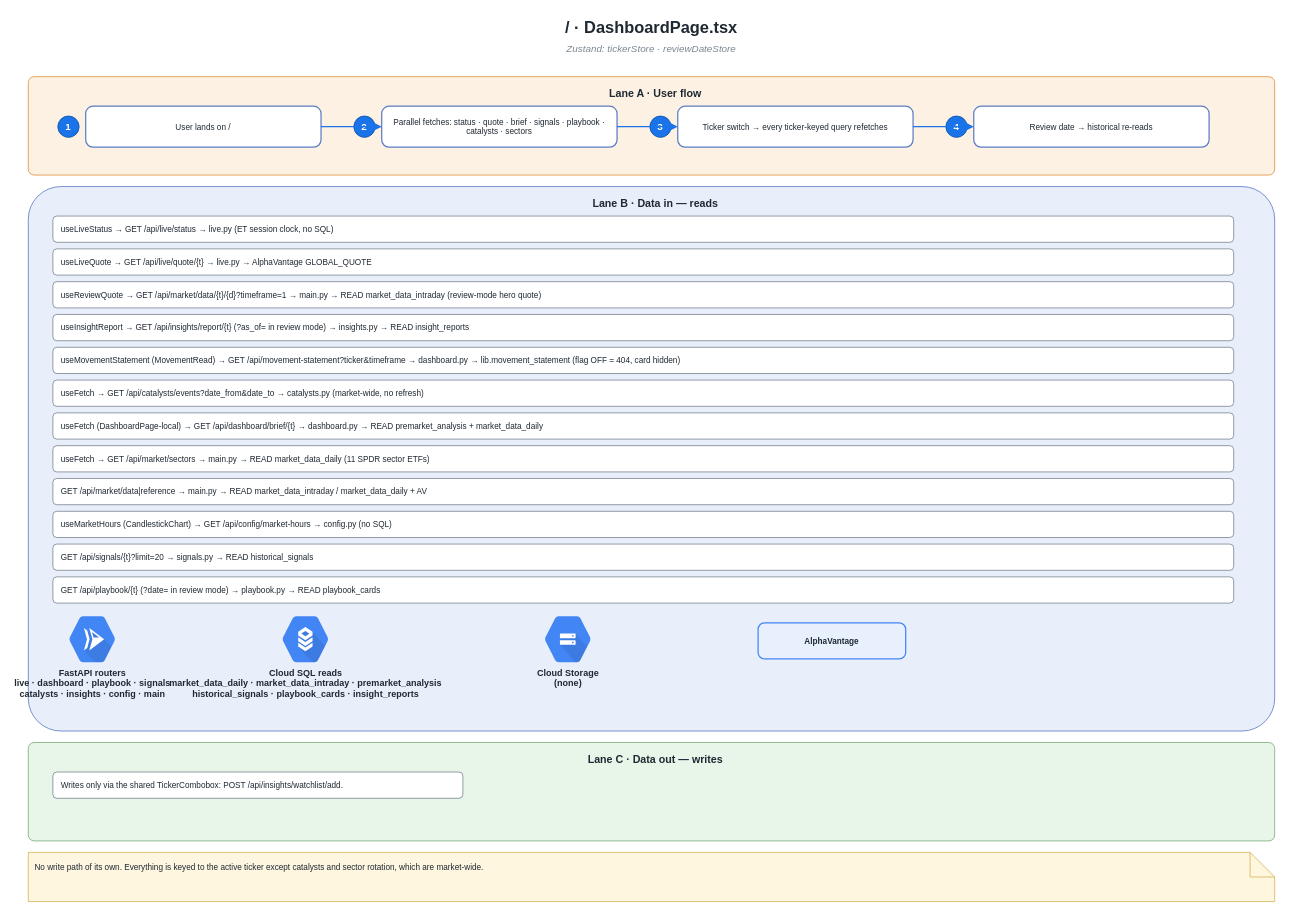
Before: page "3 · Dashboard" (4 of 15) of Frontend-icons.drawio in TeneikaAskew/solyra, a draw.io diagram. Source tidied: cells renumbered, new cells numbered last; positions are measured from the earlier drawing's top-left corner, leaving out a move shared by most shapes. Both pictures are drawn from the tidied source at 82%, with x=0, y=0 at pixel (28, 14).
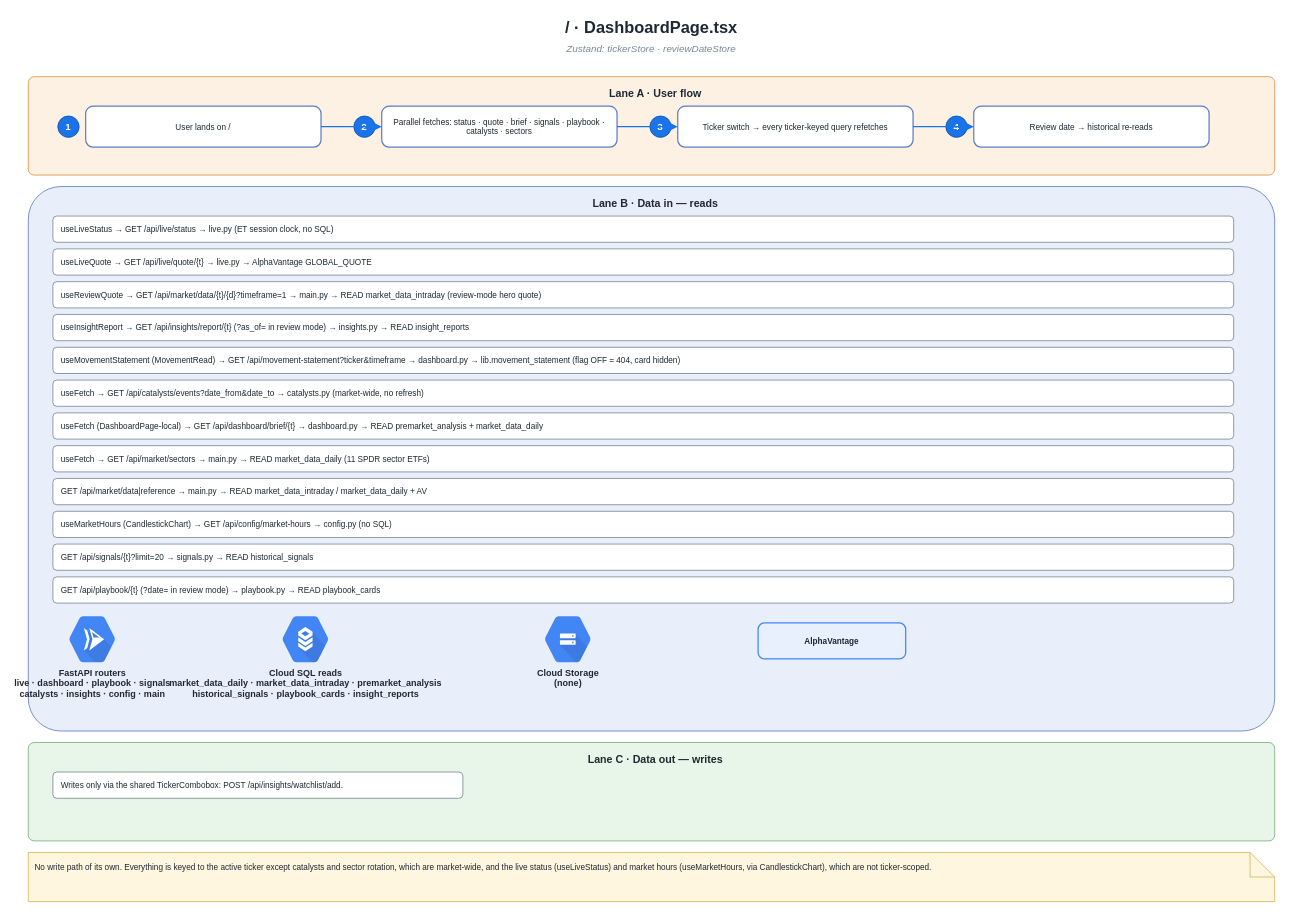
After the change.

Commit message (it also covers changes not shown here):
docs: map every requesting hook and correct three scoped claims

What changed in the source:
```diff
@@
-    <mxCell id="35" value="No write path of its own. Everything is keyed to the active ticker except catalysts and sector rotation, which are market-wide." style="shape=note;whiteSpace=wrap;html=1;fillColor=#fff6e0;strokeColor=#d6b656;strokeWidth=1;fontSize=10;align=left;verticalAlign=top;spacing=8;fontColor=#1f2933;" parent="1" vertex="1">
+    <mxCell id="35" value="No write path of its own. Everything is keyed to the active ticker except catalysts and sector rotation, which are market-wide, and the live status (useLiveStatus) and market hours (useMarketHours, via CandlestickChart), which are not ticker-scoped." style="shape=note;whiteSpace=wrap;html=1;fillColor=#fff6e0;strokeColor=#d6b656;strokeWidth=1;fontSize=10;align=left;verticalAlign=top;spacing=8;fontColor=#1f2933;" parent="1" vertex="1">
       <mxGeometry y="1022" width="1520" height="60" as="geometry" />
     </mxCell>
```
